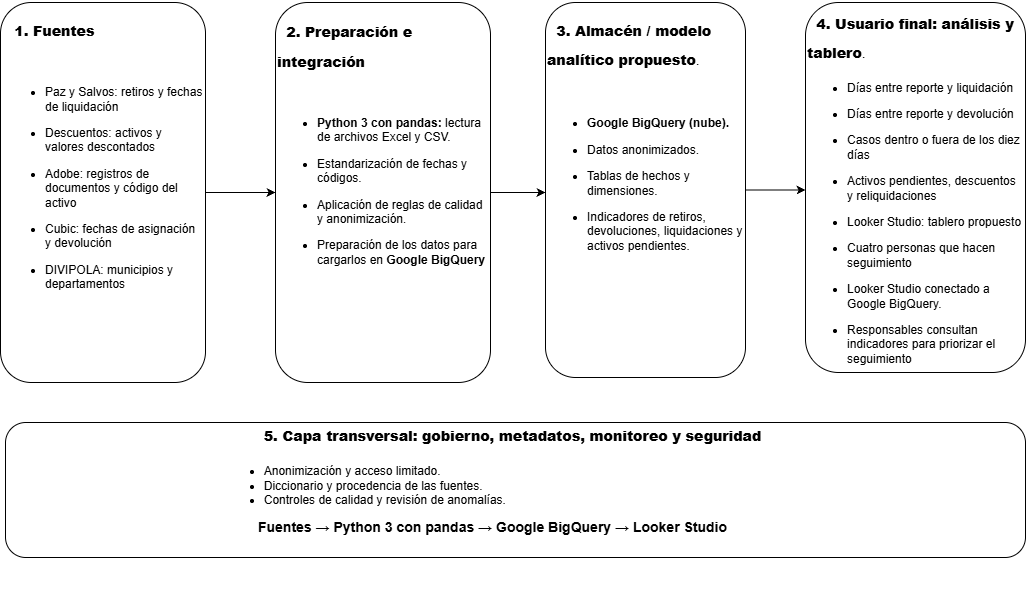
The draw.io diagram docs/diagramas/Arquitectura_BI.drawio.png in Angiensanchezm-jpg/bi-proyecto-equipo-AngieSanchez-507232753-JuanaSotomayor-507232708, before a commit. Source tidied: cells renumbered, new cells last; positions are measured from the earlier drawing's top-left corner, leaving out a move shared by most shapes. Source of this version:
```xml
<mxGraphModel>
  <root>
    <mxCell id="0" />
    <mxCell id="1" parent="0" />
    <mxCell id="2" style="rounded=1;whiteSpace=wrap;html=1;" parent="1" vertex="1">
      <mxGeometry x="5" y="422" width="1020" height="135" as="geometry" />
    </mxCell>
    <mxCell id="3" style="edgeStyle=orthogonalEdgeStyle;rounded=0;jettySize=auto;html=1;" parent="1" edge="1" source="4" target="8">
      <mxGeometry relative="1" as="geometry" />
    </mxCell>
    <mxCell id="4" style="rounded=1;whiteSpace=wrap;html=1;" parent="1" vertex="1">
      <mxGeometry y="2" width="205" height="380" as="geometry" />
    </mxCell>
    <mxCell id="5" value="&lt;h1 style=&quot;margin-top: 0px;&quot;&gt;&lt;font style=&quot;font-size: 14px;&quot;&gt;&lt;strong style=&quot;&quot;&gt;&amp;nbsp; 1. &lt;/strong&gt;&lt;strong style=&quot;&quot;&gt;&lt;font style=&quot;&quot;&gt;Fuentes&lt;/font&gt;&lt;/strong&gt;&lt;/font&gt;&lt;/h1&gt;&lt;div&gt;&lt;br&gt;&lt;/div&gt;&lt;ul&gt;&lt;li&gt;Paz y Salvos: retiros y fechas de liquidación&lt;/li&gt;&lt;/ul&gt;&lt;ul&gt;&lt;li&gt;Descuentos: activos y valores descontados&lt;/li&gt;&lt;/ul&gt;&lt;ul&gt;&lt;li&gt;Adobe: registros de documentos y código del activo&lt;/li&gt;&lt;/ul&gt;&lt;ul&gt;&lt;li&gt;Cubic: fechas de asignación y devolución&lt;/li&gt;&lt;/ul&gt;&lt;ul&gt;&lt;li&gt;DIVIPOLA: municipios y departamentos&lt;/li&gt;&lt;/ul&gt;" style="text;html=1;whiteSpace=wrap;overflow=hidden;rounded=0;align=left;" parent="1" vertex="1">
      <mxGeometry x="2.5" y="7" width="200" height="320" as="geometry" />
    </mxCell>
    <mxCell id="6" style="edgeStyle=orthogonalEdgeStyle;rounded=0;jettySize=auto;html=1;" parent="1" edge="1" source="7" target="11">
      <mxGeometry relative="1" as="geometry" />
    </mxCell>
    <mxCell id="7" style="rounded=1;whiteSpace=wrap;html=1;" parent="1" vertex="1">
      <mxGeometry x="275" y="2" width="215" height="380" as="geometry" />
    </mxCell>
    <mxCell id="8" value="&lt;h1 style=&quot;margin-top: 0px;&quot;&gt;&lt;strong style=&quot;&quot;&gt;&lt;font style=&quot;font-size: 14px;&quot;&gt;&amp;nbsp; 2. Preparación e integración&lt;/font&gt;&lt;/strong&gt;&lt;/h1&gt;&lt;p&gt;&lt;br&gt;&lt;/p&gt;&lt;ul&gt;&lt;li&gt;&lt;strong&gt;Python 3 con pandas:&lt;/strong&gt; lectura de archivos Excel y CSV.&lt;/li&gt;&lt;/ul&gt;&lt;ul&gt;&lt;li&gt;Estandarización de fechas y códigos.&lt;/li&gt;&lt;/ul&gt;&lt;ul&gt;&lt;li&gt;Aplicación de reglas de calidad y anonimización.&lt;/li&gt;&lt;/ul&gt;&lt;ul&gt;&lt;li&gt;Preparación de los datos para cargarlos en &lt;strong&gt;Google BigQuery&lt;/strong&gt;&lt;/li&gt;&lt;/ul&gt;&lt;div&gt;&lt;br&gt;&lt;/div&gt;" style="text;html=1;whiteSpace=wrap;overflow=hidden;rounded=0;" parent="1" vertex="1">
      <mxGeometry x="275" y="7" width="215" height="370" as="geometry" />
    </mxCell>
    <mxCell id="9" style="edgeStyle=orthogonalEdgeStyle;rounded=0;jettySize=auto;html=1;" parent="1" edge="1" source="10" target="13">
      <mxGeometry relative="1" as="geometry" />
    </mxCell>
    <mxCell id="10" style="rounded=1;whiteSpace=wrap;html=1;" parent="1" vertex="1">
      <mxGeometry x="545" y="2" width="200" height="375" as="geometry" />
    </mxCell>
    <mxCell id="11" value="&lt;h1 style=&quot;margin-top: 0px;&quot;&gt;&lt;font style=&quot;font-size: 14px;&quot;&gt;&lt;strong style=&quot;&quot;&gt;&amp;nbsp; 3. &lt;/strong&gt;&lt;strong style=&quot;color: light-dark(rgb(0, 0, 0), rgb(255, 255, 255)); background-color: transparent; text-align: center;&quot;&gt;Almacén / modelo analítico propuesto&lt;/strong&gt;&lt;span style=&quot;color: light-dark(rgb(0, 0, 0), rgb(255, 255, 255)); font-weight: 400; background-color: transparent; text-align: center;&quot;&gt;.&lt;/span&gt;&lt;/font&gt;&lt;/h1&gt;&lt;div&gt;&lt;font style=&quot;font-size: 14px;&quot;&gt;&lt;span style=&quot;color: light-dark(rgb(0, 0, 0), rgb(255, 255, 255)); font-weight: 400; background-color: transparent; text-align: center;&quot;&gt;&lt;br&gt;&lt;/span&gt;&lt;/font&gt;&lt;/div&gt;&lt;div&gt;&lt;ul style=&quot;&quot;&gt;&lt;li&gt;&lt;strong&gt;Google BigQuery (nube).&lt;/strong&gt;&lt;/li&gt;&lt;/ul&gt;&lt;ul style=&quot;&quot;&gt;&lt;li&gt;Datos anonimizados.&lt;/li&gt;&lt;/ul&gt;&lt;ul style=&quot;&quot;&gt;&lt;li&gt;Tablas de hechos y dimensiones.&lt;/li&gt;&lt;/ul&gt;&lt;ul style=&quot;&quot;&gt;&lt;li&gt;Indicadores de retiros, devoluciones, liquidaciones y activos pendientes.&lt;/li&gt;&lt;/ul&gt;&lt;/div&gt;" style="text;html=1;whiteSpace=wrap;overflow=hidden;rounded=0;" parent="1" vertex="1">
      <mxGeometry x="545" y="7" width="200" height="370" as="geometry" />
    </mxCell>
    <mxCell id="12" style="rounded=1;whiteSpace=wrap;html=1;" parent="1" vertex="1">
      <mxGeometry x="805" y="2" width="220" height="370" as="geometry" />
    </mxCell>
    <mxCell id="13" value="&lt;h1 style=&quot;margin-top: 0px;&quot;&gt;&lt;font style=&quot;font-size: 14px;&quot;&gt;&lt;strong style=&quot;&quot;&gt;&amp;nbsp; 4. &lt;/strong&gt;&lt;strong style=&quot;color: light-dark(rgb(0, 0, 0), rgb(255, 255, 255)); background-color: transparent;&quot;&gt;Usuario final: análisis y tablero&lt;/strong&gt;&lt;span style=&quot;color: light-dark(rgb(0, 0, 0), rgb(255, 255, 255)); font-weight: 400; background-color: transparent;&quot;&gt;.&lt;/span&gt;&lt;/font&gt;&lt;/h1&gt;&lt;div&gt;&lt;ul&gt;&lt;li&gt;Días entre reporte y liquidación&lt;/li&gt;&lt;/ul&gt;&lt;ul&gt;&lt;li&gt;Días entre reporte y devolución&lt;/li&gt;&lt;/ul&gt;&lt;ul&gt;&lt;li&gt;Casos dentro o fuera de los diez días&lt;/li&gt;&lt;/ul&gt;&lt;ul&gt;&lt;li&gt;Activos pendientes, descuentos y reliquidaciones&lt;/li&gt;&lt;/ul&gt;&lt;ul&gt;&lt;li&gt;Looker Studio: tablero propuesto&lt;/li&gt;&lt;/ul&gt;&lt;ul&gt;&lt;li&gt;Cuatro personas que hacen seguimiento&lt;/li&gt;&lt;/ul&gt;&lt;ul&gt;&lt;li&gt;Looker Studio conectado a Google BigQuery.&lt;/li&gt;&lt;/ul&gt;&lt;ul&gt;&lt;li&gt;Responsables consultan indicadores para priorizar el seguimiento&lt;/li&gt;&lt;/ul&gt;&lt;/div&gt;" style="text;html=1;whiteSpace=wrap;overflow=hidden;rounded=0;" parent="1" vertex="1">
      <mxGeometry x="805" y="-0.5" width="220" height="380" as="geometry" />
    </mxCell>
    <mxCell id="14" value="&lt;p&gt;&lt;br&gt;&lt;/p&gt;&lt;blockquote style=&quot;margin: 0px 0px 0px 40px; border-width: medium; border-style: none; border-color: currentcolor; border-image: none; padding: 0px;&quot;&gt;&lt;h1 style=&quot;text-align: left; margin-top: 0px;&quot;&gt;&lt;b style=&quot;text-align: center;&quot;&gt;&lt;font style=&quot;font-size: 14px;&quot;&gt;5. Capa transversal: gobierno, metadatos, monitoreo y seguridad&lt;/font&gt;&lt;/b&gt;&lt;/h1&gt;&lt;/blockquote&gt;&lt;p style=&quot;text-align: left;&quot;&gt;&lt;/p&gt;&lt;p&gt;&lt;/p&gt;&lt;p&gt;&lt;/p&gt;&lt;ul&gt;&lt;li style=&quot;text-align: left;&quot;&gt;&lt;span&gt;Anonimización y acceso limitado.&lt;/span&gt;&lt;/li&gt;&lt;li style=&quot;text-align: left;&quot;&gt;&lt;span&gt;Diccionario y procedencia de las fuentes.&lt;/span&gt;&lt;/li&gt;&lt;li style=&quot;text-align: left;&quot;&gt;&lt;span&gt;Controles de calidad y revisión de anomalías.&lt;/span&gt;&lt;/li&gt;&lt;/ul&gt;&lt;div style=&quot;&quot;&gt;&lt;p&gt;&lt;strong&gt;&lt;font style=&quot;font-size: 14px;&quot;&gt;Fuentes → Python 3 con pandas → Google BigQuery → Looker Studio&lt;/font&gt;&lt;/strong&gt;&lt;/p&gt;&lt;p&gt;&lt;/p&gt;&lt;/div&gt;&lt;p&gt;&lt;b&gt;&lt;br&gt;&lt;/b&gt;&lt;/p&gt;&lt;p&gt;&lt;b&gt;&lt;br&gt;&lt;/b&gt;&lt;/p&gt;&lt;p&gt;&lt;/p&gt;" style="text;html=1;whiteSpace=wrap;strokeColor=none;fillColor=none;align=center;verticalAlign=middle;rounded=0;" parent="1" vertex="1">
      <mxGeometry x="40" y="442" width="905" height="95" as="geometry" />
    </mxCell>
  </root>
</mxGraphModel>
```
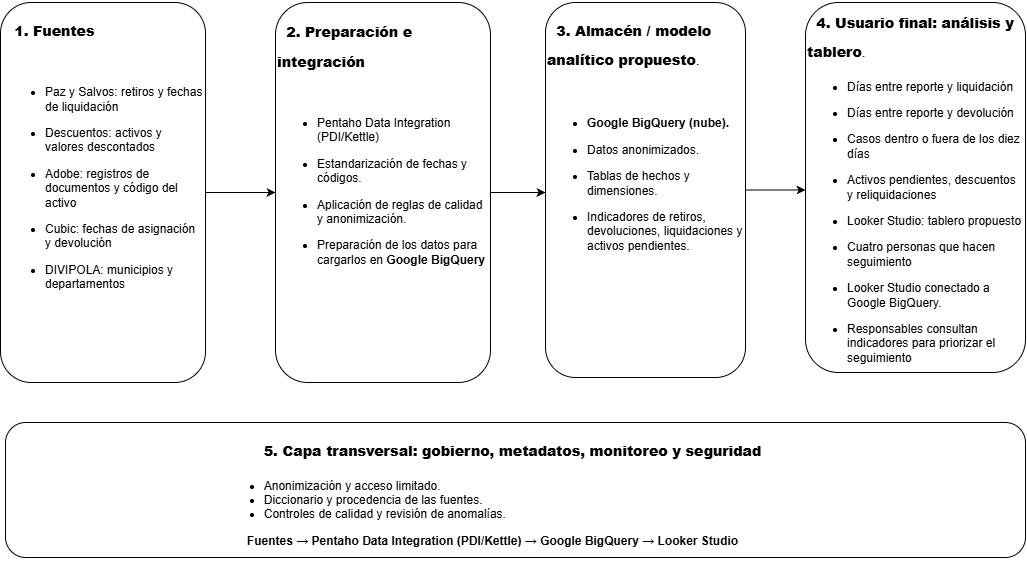
The same diagram one commit later.

Diff of the diagram source:
```diff
@@ -20,7 +20,7 @@
     <mxCell id="7" style="rounded=1;whiteSpace=wrap;html=1;" parent="1" vertex="1">
       <mxGeometry x="275" y="2" width="215" height="380" as="geometry" />
     </mxCell>
-    <mxCell id="8" value="&lt;h1 style=&quot;margin-top: 0px;&quot;&gt;&lt;strong style=&quot;&quot;&gt;&lt;font style=&quot;font-size: 14px;&quot;&gt;&amp;nbsp; 2. Preparación e integración&lt;/font&gt;&lt;/strong&gt;&lt;/h1&gt;&lt;p&gt;&lt;br&gt;&lt;/p&gt;&lt;ul&gt;&lt;li&gt;&lt;strong&gt;Python 3 con pandas:&lt;/strong&gt; lectura de archivos Excel y CSV.&lt;/li&gt;&lt;/ul&gt;&lt;ul&gt;&lt;li&gt;Estandarización de fechas y códigos.&lt;/li&gt;&lt;/ul&gt;&lt;ul&gt;&lt;li&gt;Aplicación de reglas de calidad y anonimización.&lt;/li&gt;&lt;/ul&gt;&lt;ul&gt;&lt;li&gt;Preparación de los datos para cargarlos en &lt;strong&gt;Google BigQuery&lt;/strong&gt;&lt;/li&gt;&lt;/ul&gt;&lt;div&gt;&lt;br&gt;&lt;/div&gt;" style="text;html=1;whiteSpace=wrap;overflow=hidden;rounded=0;" parent="1" vertex="1">
+    <mxCell id="8" value="&lt;h1 style=&quot;margin-top: 0px;&quot;&gt;&lt;strong style=&quot;&quot;&gt;&lt;font style=&quot;font-size: 14px;&quot;&gt;&amp;nbsp; 2. Preparación e integración&lt;/font&gt;&lt;/strong&gt;&lt;/h1&gt;&lt;p&gt;&lt;br&gt;&lt;/p&gt;&lt;ul&gt;&lt;li&gt;Pentaho Data Integration (PDI/Kettle)&lt;/li&gt;&lt;/ul&gt;&lt;ul&gt;&lt;li&gt;Estandarización de fechas y códigos.&lt;/li&gt;&lt;/ul&gt;&lt;ul&gt;&lt;li&gt;Aplicación de reglas de calidad y anonimización.&lt;/li&gt;&lt;/ul&gt;&lt;ul&gt;&lt;li&gt;Preparación de los datos para cargarlos en &lt;strong&gt;Google BigQuery&lt;/strong&gt;&lt;/li&gt;&lt;/ul&gt;&lt;div&gt;&lt;br&gt;&lt;/div&gt;" style="text;html=1;whiteSpace=wrap;overflow=hidden;rounded=0;" parent="1" vertex="1">
       <mxGeometry x="275" y="7" width="215" height="370" as="geometry" />
     </mxCell>
     <mxCell id="9" style="edgeStyle=orthogonalEdgeStyle;rounded=0;jettySize=auto;html=1;" parent="1" edge="1" source="10" target="13">
@@ -38,7 +38,7 @@
     <mxCell id="13" value="&lt;h1 style=&quot;margin-top: 0px;&quot;&gt;&lt;font style=&quot;font-size: 14px;&quot;&gt;&lt;strong style=&quot;&quot;&gt;&amp;nbsp; 4. &lt;/strong&gt;&lt;strong style=&quot;color: light-dark(rgb(0, 0, 0), rgb(255, 255, 255)); background-color: transparent;&quot;&gt;Usuario final: análisis y tablero&lt;/strong&gt;&lt;span style=&quot;color: light-dark(rgb(0, 0, 0), rgb(255, 255, 255)); font-weight: 400; background-color: transparent;&quot;&gt;.&lt;/span&gt;&lt;/font&gt;&lt;/h1&gt;&lt;div&gt;&lt;ul&gt;&lt;li&gt;Días entre reporte y liquidación&lt;/li&gt;&lt;/ul&gt;&lt;ul&gt;&lt;li&gt;Días entre reporte y devolución&lt;/li&gt;&lt;/ul&gt;&lt;ul&gt;&lt;li&gt;Casos dentro o fuera de los diez días&lt;/li&gt;&lt;/ul&gt;&lt;ul&gt;&lt;li&gt;Activos pendientes, descuentos y reliquidaciones&lt;/li&gt;&lt;/ul&gt;&lt;ul&gt;&lt;li&gt;Looker Studio: tablero propuesto&lt;/li&gt;&lt;/ul&gt;&lt;ul&gt;&lt;li&gt;Cuatro personas que hacen seguimiento&lt;/li&gt;&lt;/ul&gt;&lt;ul&gt;&lt;li&gt;Looker Studio conectado a Google BigQuery.&lt;/li&gt;&lt;/ul&gt;&lt;ul&gt;&lt;li&gt;Responsables consultan indicadores para priorizar el seguimiento&lt;/li&gt;&lt;/ul&gt;&lt;/div&gt;" style="text;html=1;whiteSpace=wrap;overflow=hidden;rounded=0;" parent="1" vertex="1">
       <mxGeometry x="805" y="-0.5" width="220" height="380" as="geometry" />
     </mxCell>
-    <mxCell id="14" value="&lt;p&gt;&lt;br&gt;&lt;/p&gt;&lt;blockquote style=&quot;margin: 0px 0px 0px 40px; border-width: medium; border-style: none; border-color: currentcolor; border-image: none; padding: 0px;&quot;&gt;&lt;h1 style=&quot;text-align: left; margin-top: 0px;&quot;&gt;&lt;b style=&quot;text-align: center;&quot;&gt;&lt;font style=&quot;font-size: 14px;&quot;&gt;5. Capa transversal: gobierno, metadatos, monitoreo y seguridad&lt;/font&gt;&lt;/b&gt;&lt;/h1&gt;&lt;/blockquote&gt;&lt;p style=&quot;text-align: left;&quot;&gt;&lt;/p&gt;&lt;p&gt;&lt;/p&gt;&lt;p&gt;&lt;/p&gt;&lt;ul&gt;&lt;li style=&quot;text-align: left;&quot;&gt;&lt;span&gt;Anonimización y acceso limitado.&lt;/span&gt;&lt;/li&gt;&lt;li style=&quot;text-align: left;&quot;&gt;&lt;span&gt;Diccionario y procedencia de las fuentes.&lt;/span&gt;&lt;/li&gt;&lt;li style=&quot;text-align: left;&quot;&gt;&lt;span&gt;Controles de calidad y revisión de anomalías.&lt;/span&gt;&lt;/li&gt;&lt;/ul&gt;&lt;div style=&quot;&quot;&gt;&lt;p&gt;&lt;strong&gt;&lt;font style=&quot;font-size: 14px;&quot;&gt;Fuentes → Python 3 con pandas → Google BigQuery → Looker Studio&lt;/font&gt;&lt;/strong&gt;&lt;/p&gt;&lt;p&gt;&lt;/p&gt;&lt;/div&gt;&lt;p&gt;&lt;b&gt;&lt;br&gt;&lt;/b&gt;&lt;/p&gt;&lt;p&gt;&lt;b&gt;&lt;br&gt;&lt;/b&gt;&lt;/p&gt;&lt;p&gt;&lt;/p&gt;" style="text;html=1;whiteSpace=wrap;strokeColor=none;fillColor=none;align=center;verticalAlign=middle;rounded=0;" parent="1" vertex="1">
+    <mxCell id="14" value="&lt;p&gt;&lt;br&gt;&lt;/p&gt;&lt;blockquote style=&quot;margin: 0px 0px 0px 40px; border-width: medium; border-style: none; border-color: currentcolor; border-image: none; padding: 0px;&quot;&gt;&lt;h1 style=&quot;text-align: left; margin-top: 0px;&quot;&gt;&lt;b style=&quot;text-align: center;&quot;&gt;&lt;font style=&quot;font-size: 14px;&quot;&gt;5. Capa transversal: gobierno, metadatos, monitoreo y seguridad&lt;/font&gt;&lt;/b&gt;&lt;/h1&gt;&lt;/blockquote&gt;&lt;p style=&quot;text-align: left;&quot;&gt;&lt;/p&gt;&lt;p&gt;&lt;/p&gt;&lt;p&gt;&lt;/p&gt;&lt;ul&gt;&lt;li style=&quot;text-align: left;&quot;&gt;&lt;span&gt;Anonimización y acceso limitado.&lt;/span&gt;&lt;/li&gt;&lt;li style=&quot;text-align: left;&quot;&gt;&lt;span&gt;Diccionario y procedencia de las fuentes.&lt;/span&gt;&lt;/li&gt;&lt;li style=&quot;text-align: left;&quot;&gt;&lt;span&gt;Controles de calidad y revisión de anomalías.&lt;/span&gt;&lt;/li&gt;&lt;/ul&gt;&lt;div style=&quot;&quot;&gt;&lt;p&gt;&lt;/p&gt;&lt;p&gt;&lt;/p&gt;&lt;p&gt;&lt;/p&gt;&lt;p&gt;&lt;strong&gt;&lt;span&gt;Fuentes → Pentaho Data Integration (PDI/Kettle) → Google BigQuery → Looker Studio&lt;/span&gt;&lt;/strong&gt;&lt;/p&gt;&lt;/div&gt;&lt;p&gt;&lt;b&gt;&lt;br&gt;&lt;/b&gt;&lt;/p&gt;&lt;p&gt;&lt;/p&gt;" style="text;html=1;whiteSpace=wrap;strokeColor=none;fillColor=none;align=center;verticalAlign=middle;rounded=0;" parent="1" vertex="1">
       <mxGeometry x="40" y="442" width="905" height="95" as="geometry" />
     </mxCell>
   </root>
```
